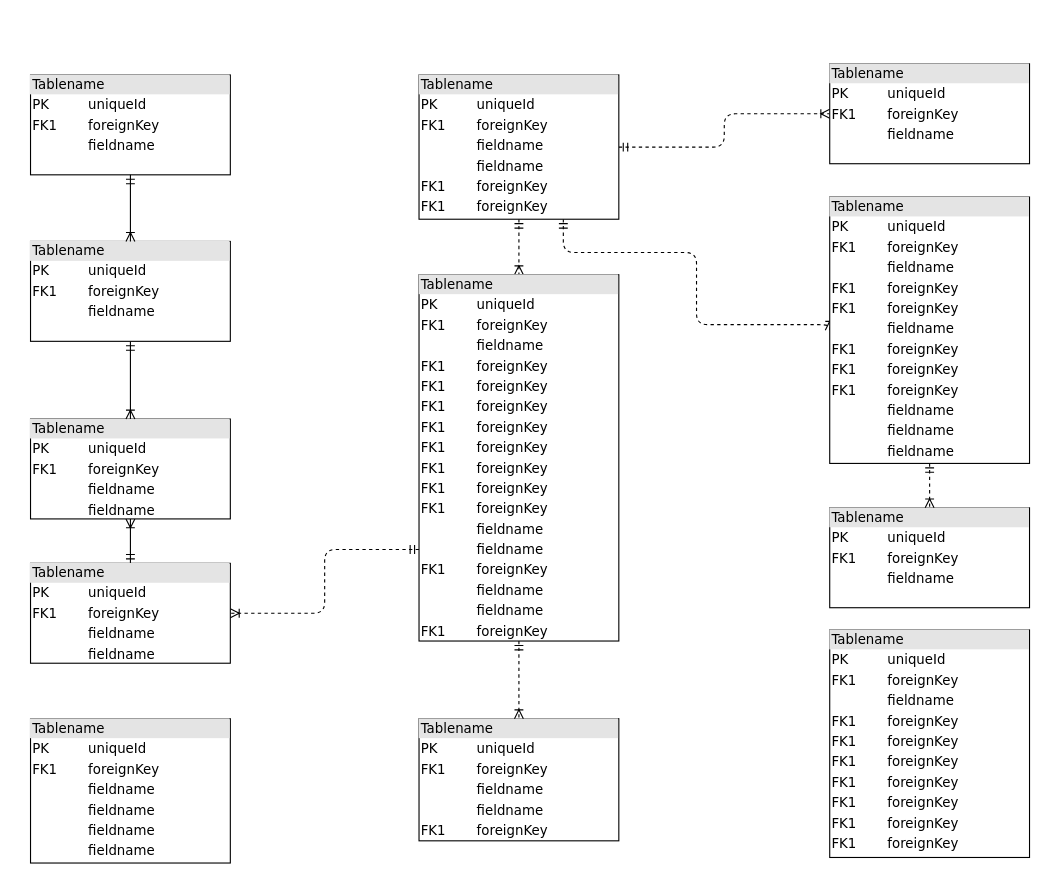
Earlier version of the draw.io diagram db Diagram.drawio (RJWestrick/boatprojectdiagrams). Source tidied: cells renumbered, new cells numbered last; positions are measured from the earlier drawing's top-left corner, leaving out a move shared by most shapes. Both pictures are drawn from the tidied source at 111%, with x=0, y=0 at pixel (30, 63).
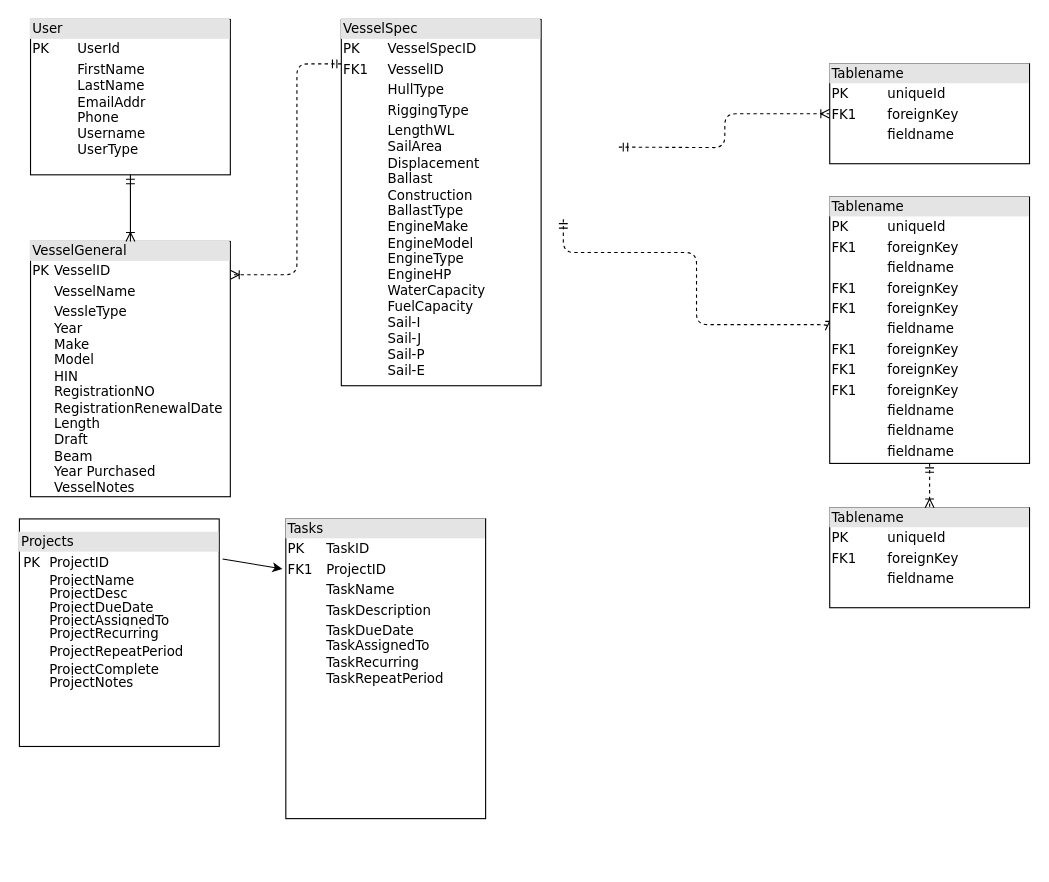
The same page after the edit.

Unchanged cells that the change refers to:
```xml
<mxCell id="19" value="&lt;div style=&quot;box-sizing: border-box ; width: 100% ; background: #e4e4e4 ; padding: 2px&quot;&gt;Tablename&lt;/div&gt;&lt;table style=&quot;width: 100% ; font-size: 1em&quot; cellpadding=&quot;2&quot; cellspacing=&quot;0&quot;&gt;&lt;tbody&gt;&lt;tr&gt;&lt;td&gt;PK&lt;/td&gt;&lt;td&gt;uniqueId&lt;/td&gt;&lt;/tr&gt;&lt;tr&gt;&lt;td&gt;FK1&lt;/td&gt;&lt;td&gt;foreignKey&lt;/td&gt;&lt;/tr&gt;&lt;tr&gt;&lt;td&gt;&lt;/td&gt;&lt;td&gt;fieldname&lt;/td&gt;&lt;/tr&gt;&lt;tr&gt;&lt;td&gt;FK1&lt;br&gt;&lt;/td&gt;&lt;td&gt;foreignKey&lt;br&gt;&lt;/td&gt;&lt;/tr&gt;&lt;tr&gt;&lt;td&gt;FK1&lt;br&gt;&lt;/td&gt;&lt;td&gt;foreignKey&lt;br&gt;&lt;/td&gt;&lt;/tr&gt;&lt;tr&gt;&lt;td&gt;&lt;br&gt;&lt;/td&gt;&lt;td&gt;fieldname&lt;br&gt;&lt;/td&gt;&lt;/tr&gt;&lt;tr&gt;&lt;td&gt;FK1&lt;br&gt;&lt;/td&gt;&lt;td&gt;foreignKey&lt;br&gt;&lt;/td&gt;&lt;/tr&gt;&lt;tr&gt;&lt;td&gt;FK1&lt;br&gt;&lt;/td&gt;&lt;td&gt;foreignKey&lt;br&gt;&lt;/td&gt;&lt;/tr&gt;&lt;tr&gt;&lt;td&gt;FK1&lt;br&gt;&lt;/td&gt;&lt;td&gt;foreignKey&lt;br&gt;&lt;/td&gt;&lt;/tr&gt;&lt;tr&gt;&lt;td&gt;&lt;br&gt;&lt;/td&gt;&lt;td&gt;fieldname&lt;br&gt;&lt;/td&gt;&lt;/tr&gt;&lt;tr&gt;&lt;td&gt;&lt;br&gt;&lt;/td&gt;&lt;td&gt;fieldname&lt;br&gt;&lt;/td&gt;&lt;/tr&gt;&lt;tr&gt;&lt;td&gt;&lt;br&gt;&lt;/td&gt;&lt;td&gt;fieldname&lt;br&gt;&lt;/td&gt;&lt;/tr&gt;&lt;/tbody&gt;&lt;/table&gt;" style="verticalAlign=top;align=left;overflow=fill;html=1;rounded=0;shadow=0;comic=0;labelBackgroundColor=none;strokeWidth=1;fontFamily=Verdana;fontSize=12;" parent="1" vertex="1">
  <mxGeometry x="720" y="120" width="180" height="240" as="geometry" />
</mxCell>
<mxCell id="20" value="&lt;div style=&quot;box-sizing:border-box;width:100%;background:#e4e4e4;padding:2px;&quot;&gt;Tablename&lt;/div&gt;&lt;table style=&quot;width:100%;font-size:1em;&quot; cellpadding=&quot;2&quot; cellspacing=&quot;0&quot;&gt;&lt;tr&gt;&lt;td&gt;PK&lt;/td&gt;&lt;td&gt;uniqueId&lt;/td&gt;&lt;/tr&gt;&lt;tr&gt;&lt;td&gt;FK1&lt;/td&gt;&lt;td&gt;foreignKey&lt;/td&gt;&lt;/tr&gt;&lt;tr&gt;&lt;td&gt;&lt;/td&gt;&lt;td&gt;fieldname&lt;/td&gt;&lt;/tr&gt;&lt;/table&gt;" style="verticalAlign=top;align=left;overflow=fill;html=1;rounded=0;shadow=0;comic=0;labelBackgroundColor=none;strokeWidth=1;fontFamily=Verdana;fontSize=12;" parent="1" vertex="1">
  <mxGeometry x="720" width="180" height="90" as="geometry" />
</mxCell>
```

The edit, as a diff of the source:
```diff
@@
-    <mxCell id="2" value="&lt;div style=&quot;box-sizing:border-box;width:100%;background:#e4e4e4;padding:2px;&quot;&gt;Tablename&lt;/div&gt;&lt;table style=&quot;width:100%;font-size:1em;&quot; cellpadding=&quot;2&quot; cellspacing=&quot;0&quot;&gt;&lt;tr&gt;&lt;td&gt;PK&lt;/td&gt;&lt;td&gt;uniqueId&lt;/td&gt;&lt;/tr&gt;&lt;tr&gt;&lt;td&gt;FK1&lt;/td&gt;&lt;td&gt;foreignKey&lt;/td&gt;&lt;/tr&gt;&lt;tr&gt;&lt;td&gt;&lt;/td&gt;&lt;td&gt;fieldname&lt;/td&gt;&lt;/tr&gt;&lt;/table&gt;" style="verticalAlign=top;align=left;overflow=fill;html=1;rounded=0;shadow=0;comic=0;labelBackgroundColor=none;strokeWidth=1;fontFamily=Verdana;fontSize=12;" parent="1" vertex="1">
-      <mxGeometry y="10" width="180" height="90" as="geometry" />
+    <mxCell id="2" value="&lt;div style=&quot;box-sizing: border-box ; width: 100% ; background: #e4e4e4 ; padding: 2px&quot;&gt;User&lt;/div&gt;&lt;table style=&quot;width: 100% ; font-size: 1em&quot; cellpadding=&quot;2&quot; cellspacing=&quot;0&quot;&gt;&lt;tbody&gt;&lt;tr&gt;&lt;td&gt;PK&lt;/td&gt;&lt;td&gt;UserId&lt;/td&gt;&lt;/tr&gt;&lt;tr&gt;&lt;td&gt;&lt;br&gt;&lt;/td&gt;&lt;td&gt;FirstName&lt;br&gt;LastName&lt;br&gt;EmailAddr&lt;br&gt;Phone&lt;br&gt;Username&lt;br&gt;UserType&lt;/td&gt;&lt;/tr&gt;&lt;tr&gt;&lt;td&gt;&lt;/td&gt;&lt;td&gt;&lt;br&gt;&lt;/td&gt;&lt;/tr&gt;&lt;/tbody&gt;&lt;/table&gt;" style="verticalAlign=top;align=left;overflow=fill;html=1;rounded=0;shadow=0;comic=0;labelBackgroundColor=none;strokeWidth=1;fontFamily=Verdana;fontSize=12;" parent="1" vertex="1">
+      <mxGeometry y="-40" width="180" height="140" as="geometry" />
     </mxCell>
-    <mxCell id="3" style="edgeStyle=orthogonalEdgeStyle;html=1;entryX=0.5;entryY=0;dashed=1;labelBackgroundColor=none;startArrow=ERmandOne;endArrow=ERoneToMany;fontFamily=Verdana;fontSize=12;align=left;" parent="1" edge="1" source="6" target="16">
-      <mxGeometry relative="1" as="geometry" />
-    </mxCell>
-    <mxCell id="4" style="edgeStyle=orthogonalEdgeStyle;html=1;dashed=1;labelBackgroundColor=none;startArrow=ERmandOne;endArrow=ERoneToMany;fontFamily=Verdana;fontSize=12;align=left;entryX=0;entryY=0.5;" parent="1" edge="1" source="6" target="19">
+    <mxCell id="4" style="edgeStyle=orthogonalEdgeStyle;html=1;dashed=1;labelBackgroundColor=none;startArrow=ERmandOne;endArrow=ERoneToMany;fontFamily=Verdana;fontSize=12;align=left;entryX=0;entryY=0.5;" parent="1" edge="1" target="19">
       <mxGeometry relative="1" as="geometry">
+        <mxPoint x="480" y="140" as="sourcePoint" />
         <Array as="points">
           <mxPoint x="480" y="170" />
           <mxPoint x="600" y="170" />
           <mxPoint x="600" y="235" />
         </Array>
       </mxGeometry>
     </mxCell>
-    <mxCell id="5" style="edgeStyle=orthogonalEdgeStyle;html=1;dashed=1;labelBackgroundColor=none;startArrow=ERmandOne;endArrow=ERoneToMany;fontFamily=Verdana;fontSize=12;align=left;" parent="1" edge="1" source="6" target="20">
-      <mxGeometry relative="1" as="geometry" />
+    <mxCell id="5" style="edgeStyle=orthogonalEdgeStyle;html=1;dashed=1;labelBackgroundColor=none;startArrow=ERmandOne;endArrow=ERoneToMany;fontFamily=Verdana;fontSize=12;align=left;" parent="1" edge="1" target="20">
+      <mxGeometry relative="1" as="geometry">
+        <mxPoint x="530" y="75" as="sourcePoint" />
+      </mxGeometry>
     </mxCell>
-    <mxCell id="6" value="&lt;div style=&quot;box-sizing: border-box ; width: 100% ; background: #e4e4e4 ; padding: 2px&quot;&gt;Tablename&lt;/div&gt;&lt;table style=&quot;width: 100% ; font-size: 1em&quot; cellpadding=&quot;2&quot; cellspacing=&quot;0&quot;&gt;&lt;tbody&gt;&lt;tr&gt;&lt;td&gt;PK&lt;/td&gt;&lt;td&gt;uniqueId&lt;/td&gt;&lt;/tr&gt;&lt;tr&gt;&lt;td&gt;FK1&lt;/td&gt;&lt;td&gt;foreignKey&lt;/td&gt;&lt;/tr&gt;&lt;tr&gt;&lt;td&gt;&lt;/td&gt;&lt;td&gt;fieldname&lt;/td&gt;&lt;/tr&gt;&lt;tr&gt;&lt;td&gt;&lt;br&gt;&lt;/td&gt;&lt;td&gt;fieldname&lt;br&gt;&lt;/td&gt;&lt;/tr&gt;&lt;tr&gt;&lt;td&gt;FK1&lt;br&gt;&lt;/td&gt;&lt;td&gt;foreignKey&lt;br&gt;&lt;/td&gt;&lt;/tr&gt;&lt;tr&gt;&lt;td&gt;FK1&lt;br&gt;&lt;/td&gt;&lt;td&gt;foreignKey&lt;br&gt;&lt;/td&gt;&lt;/tr&gt;&lt;/tbody&gt;&lt;/table&gt;" style="verticalAlign=top;align=left;overflow=fill;html=1;rounded=0;shadow=0;comic=0;labelBackgroundColor=none;strokeWidth=1;fontFamily=Verdana;fontSize=12;" parent="1" vertex="1">
-      <mxGeometry x="350" y="10" width="180" height="130" as="geometry" />
-    </mxCell>
-    <mxCell id="7" style="edgeStyle=orthogonalEdgeStyle;html=1;labelBackgroundColor=none;startArrow=ERmandOne;endArrow=ERoneToMany;fontFamily=Verdana;fontSize=12;align=left;" parent="1" edge="1" source="9" target="10">
-      <mxGeometry relative="1" as="geometry" />
-    </mxCell>
-    <mxCell id="8" style="edgeStyle=orthogonalEdgeStyle;html=1;exitX=0;exitY=0.75;entryX=1;entryY=0.5;dashed=1;labelBackgroundColor=none;startArrow=ERmandOne;endArrow=ERoneToMany;fontFamily=Verdana;fontSize=12;align=left;" parent="1" edge="1" source="16" target="9">
-      <mxGeometry relative="1" as="geometry" />
+    <mxCell id="8" style="edgeStyle=orthogonalEdgeStyle;html=1;dashed=1;labelBackgroundColor=none;startArrow=ERmandOne;endArrow=ERoneToMany;fontFamily=Verdana;fontSize=12;align=left;" parent="1" edge="1" source="16" target="12">
+      <mxGeometry relative="1" as="geometry">
+        <Array as="points">
+          <mxPoint x="240" />
+          <mxPoint x="240" y="190" />
+        </Array>
+      </mxGeometry>
     </mxCell>
-    <mxCell id="9" value="&lt;div style=&quot;box-sizing: border-box ; width: 100% ; background: #e4e4e4 ; padding: 2px&quot;&gt;Tablename&lt;/div&gt;&lt;table style=&quot;width: 100% ; font-size: 1em&quot; cellpadding=&quot;2&quot; cellspacing=&quot;0&quot;&gt;&lt;tbody&gt;&lt;tr&gt;&lt;td&gt;PK&lt;/td&gt;&lt;td&gt;uniqueId&lt;/td&gt;&lt;/tr&gt;&lt;tr&gt;&lt;td&gt;FK1&lt;/td&gt;&lt;td&gt;foreignKey&lt;/td&gt;&lt;/tr&gt;&lt;tr&gt;&lt;td&gt;&lt;/td&gt;&lt;td&gt;fieldname&lt;/td&gt;&lt;/tr&gt;&lt;tr&gt;&lt;td&gt;&lt;br&gt;&lt;/td&gt;&lt;td&gt;fieldname&lt;br&gt;&lt;/td&gt;&lt;/tr&gt;&lt;/tbody&gt;&lt;/table&gt;" style="verticalAlign=top;align=left;overflow=fill;html=1;rounded=0;shadow=0;comic=0;labelBackgroundColor=none;strokeWidth=1;fontFamily=Verdana;fontSize=12;" parent="1" vertex="1">
-      <mxGeometry y="450" width="180" height="90" as="geometry" />
-    </mxCell>
-    <mxCell id="10" value="&lt;div style=&quot;box-sizing: border-box ; width: 100% ; background: #e4e4e4 ; padding: 2px&quot;&gt;Tablename&lt;/div&gt;&lt;table style=&quot;width: 100% ; font-size: 1em&quot; cellpadding=&quot;2&quot; cellspacing=&quot;0&quot;&gt;&lt;tbody&gt;&lt;tr&gt;&lt;td&gt;PK&lt;/td&gt;&lt;td&gt;uniqueId&lt;/td&gt;&lt;/tr&gt;&lt;tr&gt;&lt;td&gt;FK1&lt;/td&gt;&lt;td&gt;foreignKey&lt;/td&gt;&lt;/tr&gt;&lt;tr&gt;&lt;td&gt;&lt;/td&gt;&lt;td&gt;fieldname&lt;/td&gt;&lt;/tr&gt;&lt;tr&gt;&lt;td&gt;&lt;br&gt;&lt;/td&gt;&lt;td&gt;fieldname&lt;br&gt;&lt;/td&gt;&lt;/tr&gt;&lt;/tbody&gt;&lt;/table&gt;" style="verticalAlign=top;align=left;overflow=fill;html=1;rounded=0;shadow=0;comic=0;labelBackgroundColor=none;strokeWidth=1;fontFamily=Verdana;fontSize=12;" parent="1" vertex="1">
-      <mxGeometry y="320" width="180" height="90" as="geometry" />
-    </mxCell>
-    <mxCell id="11" style="edgeStyle=orthogonalEdgeStyle;html=1;entryX=0.5;entryY=0;labelBackgroundColor=none;startArrow=ERmandOne;endArrow=ERoneToMany;fontFamily=Verdana;fontSize=12;align=left;" parent="1" edge="1" source="12" target="10">
-      <mxGeometry relative="1" as="geometry" />
-    </mxCell>
-    <mxCell id="12" value="&lt;div style=&quot;box-sizing:border-box;width:100%;background:#e4e4e4;padding:2px;&quot;&gt;Tablename&lt;/div&gt;&lt;table style=&quot;width:100%;font-size:1em;&quot; cellpadding=&quot;2&quot; cellspacing=&quot;0&quot;&gt;&lt;tr&gt;&lt;td&gt;PK&lt;/td&gt;&lt;td&gt;uniqueId&lt;/td&gt;&lt;/tr&gt;&lt;tr&gt;&lt;td&gt;FK1&lt;/td&gt;&lt;td&gt;foreignKey&lt;/td&gt;&lt;/tr&gt;&lt;tr&gt;&lt;td&gt;&lt;/td&gt;&lt;td&gt;fieldname&lt;/td&gt;&lt;/tr&gt;&lt;/table&gt;" style="verticalAlign=top;align=left;overflow=fill;html=1;rounded=0;shadow=0;comic=0;labelBackgroundColor=none;strokeWidth=1;fontFamily=Verdana;fontSize=12;" parent="1" vertex="1">
-      <mxGeometry y="160" width="180" height="90" as="geometry" />
+    <mxCell id="12" value="&lt;div style=&quot;box-sizing: border-box ; width: 100% ; background: #e4e4e4 ; padding: 2px&quot;&gt;VesselGeneral&lt;/div&gt;&lt;table style=&quot;width: 100% ; font-size: 1em&quot; cellpadding=&quot;2&quot; cellspacing=&quot;0&quot;&gt;&lt;tbody&gt;&lt;tr&gt;&lt;td&gt;PK&lt;/td&gt;&lt;td&gt;VesselID&lt;/td&gt;&lt;/tr&gt;&lt;tr&gt;&lt;td&gt;&lt;br&gt;&lt;/td&gt;&lt;td&gt;VesselName&lt;/td&gt;&lt;/tr&gt;&lt;tr&gt;&lt;td&gt;&lt;/td&gt;&lt;td&gt;VessleType&lt;br&gt;Year&lt;br&gt;Make&lt;br&gt;Model&lt;br&gt;HIN&lt;br&gt;RegistrationNO&lt;br&gt;RegistrationRenewalDate&lt;br&gt;Length&lt;br&gt;Draft&lt;br&gt;Beam&lt;br&gt;Year Purchased&lt;br&gt;VesselNotes&lt;br&gt;&lt;br&gt;&lt;br&gt;&lt;br&gt;&lt;/td&gt;&lt;/tr&gt;&lt;/tbody&gt;&lt;/table&gt;" style="verticalAlign=top;align=left;overflow=fill;html=1;rounded=0;shadow=0;comic=0;labelBackgroundColor=none;strokeWidth=1;fontFamily=Verdana;fontSize=12;" parent="1" vertex="1">
+      <mxGeometry y="160" width="180" height="230" as="geometry" />
     </mxCell>
-    <mxCell id="13" value="&lt;div style=&quot;box-sizing: border-box ; width: 100% ; background: #e4e4e4 ; padding: 2px&quot;&gt;Tablename&lt;/div&gt;&lt;table style=&quot;width: 100% ; font-size: 1em&quot; cellpadding=&quot;2&quot; cellspacing=&quot;0&quot;&gt;&lt;tbody&gt;&lt;tr&gt;&lt;td&gt;PK&lt;/td&gt;&lt;td&gt;uniqueId&lt;/td&gt;&lt;/tr&gt;&lt;tr&gt;&lt;td&gt;FK1&lt;/td&gt;&lt;td&gt;foreignKey&lt;/td&gt;&lt;/tr&gt;&lt;tr&gt;&lt;td&gt;&lt;/td&gt;&lt;td&gt;fieldname&lt;/td&gt;&lt;/tr&gt;&lt;tr&gt;&lt;td&gt;FK1&lt;br&gt;&lt;/td&gt;&lt;td&gt;foreignKey&lt;br&gt;&lt;/td&gt;&lt;/tr&gt;&lt;tr&gt;&lt;td&gt;FK1&lt;br&gt;&lt;/td&gt;&lt;td&gt;foreignKey&lt;br&gt;&lt;/td&gt;&lt;/tr&gt;&lt;tr&gt;&lt;td&gt;FK1&lt;br&gt;&lt;/td&gt;&lt;td&gt;foreignKey&lt;br&gt;&lt;/td&gt;&lt;/tr&gt;&lt;tr&gt;&lt;td&gt;FK1&lt;br&gt;&lt;/td&gt;&lt;td&gt;foreignKey&lt;br&gt;&lt;/td&gt;&lt;/tr&gt;&lt;tr&gt;&lt;td&gt;FK1&lt;br&gt;&lt;/td&gt;&lt;td&gt;foreignKey&lt;br&gt;&lt;/td&gt;&lt;/tr&gt;&lt;tr&gt;&lt;td&gt;FK1&lt;br&gt;&lt;/td&gt;&lt;td&gt;foreignKey&lt;br&gt;&lt;/td&gt;&lt;/tr&gt;&lt;tr&gt;&lt;td&gt;FK1&lt;br&gt;&lt;/td&gt;&lt;td&gt;foreignKey&lt;br&gt;&lt;/td&gt;&lt;/tr&gt;&lt;/tbody&gt;&lt;/table&gt;" style="verticalAlign=top;align=left;overflow=fill;html=1;rounded=0;shadow=0;comic=0;labelBackgroundColor=none;strokeWidth=1;fontFamily=Verdana;fontSize=12;" parent="1" vertex="1">
-      <mxGeometry x="720" y="510" width="180" height="205" as="geometry" />
+    <mxCell id="13" value="&lt;p style=&quot;line-height: 120%&quot;&gt;&lt;/p&gt;&lt;div style=&quot;box-sizing: border-box ; width: 100% ; background: #e4e4e4 ; padding: 2px&quot;&gt;Projects&lt;/div&gt;&lt;table style=&quot;width: 100% ; font-size: 1em&quot; cellpadding=&quot;2&quot; cellspacing=&quot;0&quot;&gt;&lt;tbody&gt;&lt;tr&gt;&lt;td&gt;&lt;table cellpadding=&quot;2&quot; cellspacing=&quot;0&quot; style=&quot;font-size: 1em ; width: 176px&quot;&gt;&lt;tbody style=&quot;line-height: 100%&quot;&gt;&lt;tr&gt;&lt;td&gt;&lt;span style=&quot;background-color: rgb(255 , 255 , 255)&quot;&gt;PK&lt;/span&gt;&lt;/td&gt;&lt;td&gt;&lt;span style=&quot;background-color: rgb(255 , 255 , 255)&quot;&gt;ProjectID&lt;/span&gt;&lt;/td&gt;&lt;/tr&gt;&lt;tr&gt;&lt;td&gt;&lt;span style=&quot;background-color: rgb(255 , 255 , 255)&quot;&gt;&lt;br&gt;&lt;/span&gt;&lt;/td&gt;&lt;td&gt;&lt;span style=&quot;background-color: rgb(255 , 255 , 255)&quot;&gt;ProjectName&lt;br&gt;ProjectDesc&lt;br&gt;ProjectDueDate&lt;br&gt;ProjectAssignedTo&lt;br&gt;ProjectRecurring&lt;/span&gt;&lt;/td&gt;&lt;/tr&gt;&lt;tr&gt;&lt;td&gt;&lt;/td&gt;&lt;td&gt;&lt;span style=&quot;background-color: rgb(255 , 255 , 255)&quot;&gt;ProjectRepeatPeriod&lt;/span&gt;&lt;/td&gt;&lt;/tr&gt;&lt;tr&gt;&lt;td&gt;&lt;span style=&quot;background-color: rgb(255 , 255 , 255)&quot;&gt;&lt;br&gt;&lt;/span&gt;&lt;/td&gt;&lt;td&gt;&lt;span style=&quot;background-color: rgb(255 , 255 , 255)&quot;&gt;ProjectComplete&lt;br&gt;ProjectNotes&lt;/span&gt;&lt;/td&gt;&lt;/tr&gt;&lt;/tbody&gt;&lt;/table&gt;&lt;/td&gt;&lt;td&gt;&lt;/td&gt;&lt;/tr&gt;&lt;/tbody&gt;&lt;/table&gt;&lt;p&gt;&lt;/p&gt;" style="verticalAlign=top;align=left;overflow=fill;html=1;rounded=0;shadow=0;comic=0;labelBackgroundColor=none;strokeWidth=1;fontFamily=Verdana;fontSize=12;" parent="1" vertex="1">
+      <mxGeometry x="-10" y="410" width="180" height="205" as="geometry" />
     </mxCell>
-    <mxCell id="14" value="&lt;div style=&quot;box-sizing: border-box ; width: 100% ; background: #e4e4e4 ; padding: 2px&quot;&gt;Tablename&lt;/div&gt;&lt;table style=&quot;width: 100% ; font-size: 1em&quot; cellpadding=&quot;2&quot; cellspacing=&quot;0&quot;&gt;&lt;tbody&gt;&lt;tr&gt;&lt;td&gt;PK&lt;/td&gt;&lt;td&gt;uniqueId&lt;/td&gt;&lt;/tr&gt;&lt;tr&gt;&lt;td&gt;FK1&lt;/td&gt;&lt;td&gt;foreignKey&lt;/td&gt;&lt;/tr&gt;&lt;tr&gt;&lt;td&gt;&lt;/td&gt;&lt;td&gt;fieldname&lt;/td&gt;&lt;/tr&gt;&lt;tr&gt;&lt;td&gt;&lt;br&gt;&lt;/td&gt;&lt;td&gt;fieldname&lt;br&gt;&lt;/td&gt;&lt;/tr&gt;&lt;tr&gt;&lt;td&gt;FK1&lt;br&gt;&lt;/td&gt;&lt;td&gt;foreignKey&lt;br&gt;&lt;/td&gt;&lt;/tr&gt;&lt;/tbody&gt;&lt;/table&gt;" style="verticalAlign=top;align=left;overflow=fill;html=1;rounded=0;shadow=0;comic=0;labelBackgroundColor=none;strokeWidth=1;fontFamily=Verdana;fontSize=12;" parent="1" vertex="1">
-      <mxGeometry x="350" y="590" width="180" height="110" as="geometry" />
+    <mxCell id="14" value="&lt;div style=&quot;box-sizing: border-box ; width: 100% ; background: #e4e4e4 ; padding: 2px&quot;&gt;Tasks&lt;/div&gt;&lt;table style=&quot;width: 100% ; font-size: 1em&quot; cellpadding=&quot;2&quot; cellspacing=&quot;0&quot;&gt;&lt;tbody&gt;&lt;tr&gt;&lt;td&gt;PK&lt;/td&gt;&lt;td&gt;TaskID&lt;/td&gt;&lt;/tr&gt;&lt;tr&gt;&lt;td&gt;FK1&lt;/td&gt;&lt;td&gt;ProjectID&lt;/td&gt;&lt;/tr&gt;&lt;tr&gt;&lt;td&gt;&lt;/td&gt;&lt;td&gt;TaskName&lt;/td&gt;&lt;/tr&gt;&lt;tr&gt;&lt;td&gt;&lt;br&gt;&lt;/td&gt;&lt;td&gt;TaskDescription&lt;br&gt;&lt;/td&gt;&lt;/tr&gt;&lt;tr&gt;&lt;td&gt;&lt;br&gt;&lt;/td&gt;&lt;td&gt;TaskDueDate&lt;br&gt;TaskAssignedTo&lt;br&gt;TaskRecurring&lt;br&gt;TaskRepeatPeriod&lt;br&gt;&lt;br&gt;&lt;/td&gt;&lt;/tr&gt;&lt;/tbody&gt;&lt;/table&gt;" style="verticalAlign=top;align=left;overflow=fill;html=1;rounded=0;shadow=0;comic=0;labelBackgroundColor=none;strokeWidth=1;fontFamily=Verdana;fontSize=12;" parent="1" vertex="1">
+      <mxGeometry x="230" y="410" width="180" height="270" as="geometry" />
     </mxCell>
-    <mxCell id="15" style="edgeStyle=orthogonalEdgeStyle;html=1;entryX=0.5;entryY=0;labelBackgroundColor=none;startArrow=ERmandOne;endArrow=ERoneToMany;fontFamily=Verdana;fontSize=12;align=left;dashed=1;" parent="1" edge="1" source="16" target="14">
-      <mxGeometry relative="1" as="geometry" />
-    </mxCell>
-    <mxCell id="16" value="&lt;div style=&quot;box-sizing: border-box ; width: 100% ; background: #e4e4e4 ; padding: 2px&quot;&gt;Tablename&lt;/div&gt;&lt;table style=&quot;width: 100% ; font-size: 1em&quot; cellpadding=&quot;2&quot; cellspacing=&quot;0&quot;&gt;&lt;tbody&gt;&lt;tr&gt;&lt;td&gt;PK&lt;/td&gt;&lt;td&gt;uniqueId&lt;/td&gt;&lt;/tr&gt;&lt;tr&gt;&lt;td&gt;FK1&lt;/td&gt;&lt;td&gt;foreignKey&lt;/td&gt;&lt;/tr&gt;&lt;tr&gt;&lt;td&gt;&lt;/td&gt;&lt;td&gt;fieldname&lt;/td&gt;&lt;/tr&gt;&lt;tr&gt;&lt;td&gt;FK1&lt;br&gt;&lt;/td&gt;&lt;td&gt;foreignKey&lt;br&gt;&lt;/td&gt;&lt;/tr&gt;&lt;tr&gt;&lt;td&gt;FK1&lt;br&gt;&lt;/td&gt;&lt;td&gt;foreignKey&lt;br&gt;&lt;/td&gt;&lt;/tr&gt;&lt;tr&gt;&lt;td&gt;FK1&lt;br&gt;&lt;/td&gt;&lt;td&gt;foreignKey&lt;br&gt;&lt;/td&gt;&lt;/tr&gt;&lt;tr&gt;&lt;td&gt;FK1&lt;br&gt;&lt;/td&gt;&lt;td&gt;foreignKey&lt;br&gt;&lt;/td&gt;&lt;/tr&gt;&lt;tr&gt;&lt;td&gt;FK1&lt;br&gt;&lt;/td&gt;&lt;td&gt;foreignKey&lt;br&gt;&lt;/td&gt;&lt;/tr&gt;&lt;tr&gt;&lt;td&gt;FK1&lt;br&gt;&lt;/td&gt;&lt;td&gt;foreignKey&lt;br&gt;&lt;/td&gt;&lt;/tr&gt;&lt;tr&gt;&lt;td&gt;FK1&lt;br&gt;&lt;/td&gt;&lt;td&gt;foreignKey&lt;br&gt;&lt;/td&gt;&lt;/tr&gt;&lt;tr&gt;&lt;td&gt;FK1&lt;br&gt;&lt;/td&gt;&lt;td&gt;foreignKey&lt;br&gt;&lt;/td&gt;&lt;/tr&gt;&lt;tr&gt;&lt;td&gt;&lt;br&gt;&lt;/td&gt;&lt;td&gt;fieldname&lt;br&gt;&lt;/td&gt;&lt;/tr&gt;&lt;tr&gt;&lt;td&gt;&lt;br&gt;&lt;/td&gt;&lt;td&gt;fieldname&lt;br&gt;&lt;/td&gt;&lt;/tr&gt;&lt;tr&gt;&lt;td&gt;FK1&lt;br&gt;&lt;/td&gt;&lt;td&gt;foreignKey&lt;br&gt;&lt;/td&gt;&lt;/tr&gt;&lt;tr&gt;&lt;td&gt;&lt;br&gt;&lt;/td&gt;&lt;td&gt;fieldname&lt;br&gt;&lt;/td&gt;&lt;/tr&gt;&lt;tr&gt;&lt;td&gt;&lt;br&gt;&lt;/td&gt;&lt;td&gt;fieldname&lt;br&gt;&lt;/td&gt;&lt;/tr&gt;&lt;tr&gt;&lt;td&gt;FK1&lt;br&gt;&lt;/td&gt;&lt;td&gt;foreignKey&lt;br&gt;&lt;/td&gt;&lt;/tr&gt;&lt;/tbody&gt;&lt;/table&gt;" style="verticalAlign=top;align=left;overflow=fill;html=1;rounded=0;shadow=0;comic=0;labelBackgroundColor=none;strokeWidth=1;fontFamily=Verdana;fontSize=12;" parent="1" vertex="1">
-      <mxGeometry x="350" y="190" width="180" height="330" as="geometry" />
+    <mxCell id="16" value="&lt;div style=&quot;box-sizing: border-box ; width: 100% ; background: #e4e4e4 ; padding: 2px&quot;&gt;VesselSpec&lt;/div&gt;&lt;table style=&quot;width: 100% ; font-size: 1em&quot; cellpadding=&quot;2&quot; cellspacing=&quot;0&quot;&gt;&lt;tbody&gt;&lt;tr&gt;&lt;td&gt;PK&lt;/td&gt;&lt;td&gt;VesselSpecID&lt;/td&gt;&lt;/tr&gt;&lt;tr&gt;&lt;td&gt;FK1&lt;/td&gt;&lt;td&gt;VesselID&lt;/td&gt;&lt;/tr&gt;&lt;tr&gt;&lt;td&gt;&lt;/td&gt;&lt;td&gt;HullType&lt;/td&gt;&lt;/tr&gt;&lt;tr&gt;&lt;td&gt;&lt;br&gt;&lt;/td&gt;&lt;td&gt;RiggingType&lt;/td&gt;&lt;/tr&gt;&lt;tr&gt;&lt;td&gt;&lt;/td&gt;&lt;td&gt;LengthWL&lt;br&gt;SailArea&lt;br&gt;Displacement&lt;br&gt;Ballast&lt;br&gt;Construction&lt;br&gt;BallastType&lt;br&gt;EngineMake&lt;br&gt;EngineModel&lt;br&gt;EngineType&lt;br&gt;EngineHP&lt;br&gt;WaterCapacity&lt;br&gt;FuelCapacity&lt;br&gt;Sail-I&lt;br&gt;Sail-J&lt;br&gt;Sail-P&lt;br&gt;Sail-E&lt;/td&gt;&lt;/tr&gt;&lt;/tbody&gt;&lt;/table&gt;" style="verticalAlign=top;align=left;overflow=fill;html=1;rounded=0;shadow=0;comic=0;labelBackgroundColor=none;strokeWidth=1;fontFamily=Verdana;fontSize=12;" parent="1" vertex="1">
+      <mxGeometry x="280" y="-40" width="180" height="330" as="geometry" />
     </mxCell>
@@
-    <mxCell id="21" value="&lt;div style=&quot;box-sizing: border-box ; width: 100% ; background: #e4e4e4 ; padding: 2px&quot;&gt;Tablename&lt;/div&gt;&lt;table style=&quot;width: 100% ; font-size: 1em&quot; cellpadding=&quot;2&quot; cellspacing=&quot;0&quot;&gt;&lt;tbody&gt;&lt;tr&gt;&lt;td&gt;PK&lt;/td&gt;&lt;td&gt;uniqueId&lt;/td&gt;&lt;/tr&gt;&lt;tr&gt;&lt;td&gt;FK1&lt;/td&gt;&lt;td&gt;foreignKey&lt;/td&gt;&lt;/tr&gt;&lt;tr&gt;&lt;td&gt;&lt;/td&gt;&lt;td&gt;fieldname&lt;/td&gt;&lt;/tr&gt;&lt;tr&gt;&lt;td&gt;&lt;br&gt;&lt;/td&gt;&lt;td&gt;fieldname&lt;br&gt;&lt;/td&gt;&lt;/tr&gt;&lt;tr&gt;&lt;td&gt;&lt;br&gt;&lt;/td&gt;&lt;td&gt;fieldname&lt;br&gt;&lt;/td&gt;&lt;/tr&gt;&lt;tr&gt;&lt;td&gt;&lt;br&gt;&lt;/td&gt;&lt;td&gt;fieldname&lt;br&gt;&lt;/td&gt;&lt;/tr&gt;&lt;/tbody&gt;&lt;/table&gt;" style="verticalAlign=top;align=left;overflow=fill;html=1;rounded=0;shadow=0;comic=0;labelBackgroundColor=none;strokeWidth=1;fontFamily=Verdana;fontSize=12;" parent="1" vertex="1">
-      <mxGeometry y="590" width="180" height="130" as="geometry" />
-    </mxCell>
@@
+    <mxCell id="23" style="endArrow=classic;html=1;entryX=-0.017;entryY=0.167;entryDx=0;entryDy=0;entryPerimeter=0;exitX=1.017;exitY=0.176;exitDx=0;exitDy=0;exitPerimeter=0;" parent="1" edge="1" source="13" target="14">
+      <mxGeometry relative="1" as="geometry" />
+    </mxCell>
```
